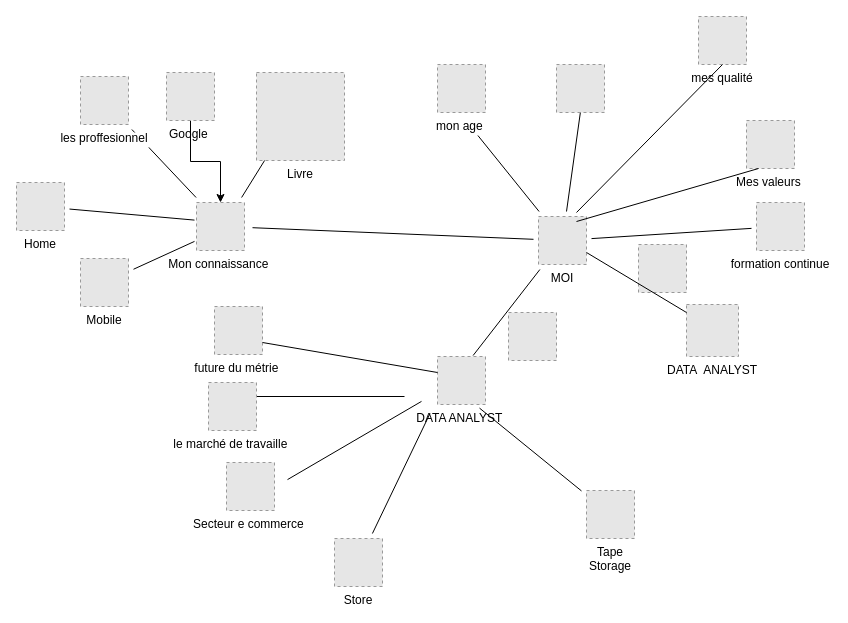
This is .github/ISSUE_TEMPLATE/Untitled Diagram.drawio from louzhixin/bootstrap, a draw.io file, before an edit. Source tidied: cells renumbered, new cells numbered last; positions are measured from the earlier drawing's top-left corner, leaving out a move shared by most shapes. Both pictures are drawn from the tidied source at 100%, with x=0, y=0 at pixel (16, 16). Pictures stored in the file or linked from it are replaced by grey dashed boxes.
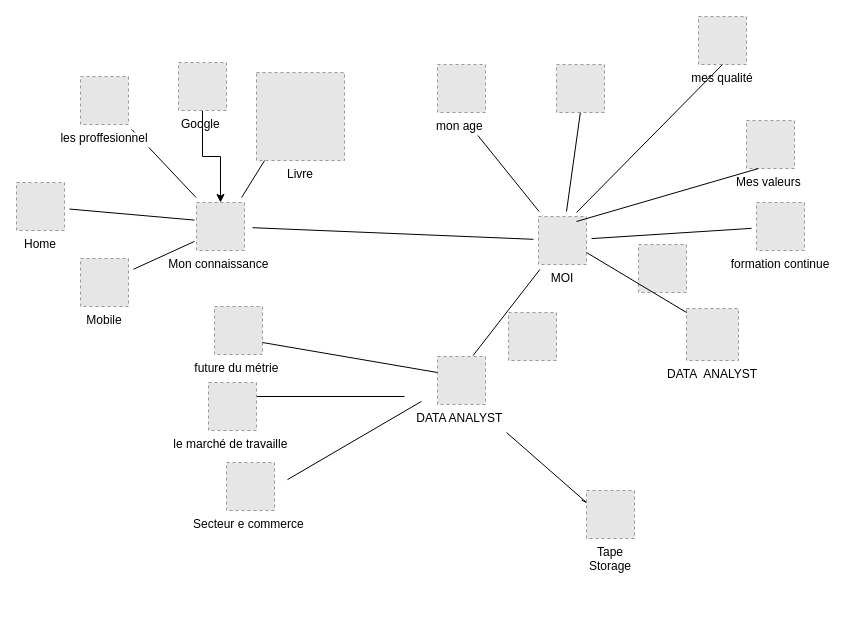
The same page after the edit.

The change refers to these unchanged cells:
```xml
<mxCell id="16" value="Tape&#10;Storage" style="fillColor=#E6E6E6;strokeColor=#999999;dashed=1;verticalLabelPosition=bottom;verticalAlign=top;labelBackgroundColor=#ffffff;" parent="1" vertex="1">
  <mxGeometry x="570" y="474" width="48" height="48" as="geometry" />
</mxCell>
```

What changed in the source:
```diff
@@
-    <mxCell id="14" style="edgeStyle=none;rounded=0;jettySize=auto;html=1;sourcePerimeterSpacing=5;endArrow=none;endFill=0;targetPerimeterSpacing=5;" parent="1" edge="1" target="21">
-      <mxGeometry relative="1" as="geometry">
-        <mxPoint x="413.5" y="397" as="sourcePoint" />
-      </mxGeometry>
-    </mxCell>
     <mxCell id="15" style="edgeStyle=none;rounded=0;jettySize=auto;html=1;sourcePerimeterSpacing=5;endArrow=none;endFill=0;targetPerimeterSpacing=5;" parent="1" edge="1" target="16">
       <mxGeometry relative="1" as="geometry">
-        <mxPoint x="463" y="391.6" as="sourcePoint" />
+        <mxPoint x="490" y="416" as="sourcePoint" />
+        <Array as="points">
+          <mxPoint x="570" y="486" />
+        </Array>
       </mxGeometry>
     </mxCell>
@@
-    <mxCell id="21" value="Store" style="fillColor=#E6E6E6;strokeColor=#999999;dashed=1;verticalLabelPosition=bottom;verticalAlign=top;fontFamily=Helvetica;fontSize=12;fontColor=default;align=center;" parent="1" vertex="1">
-      <mxGeometry x="318" y="522" width="48" height="48" as="geometry" />
-    </mxCell>
@@
     <mxCell id="23" value="DATA  ANALYST" style="fillColor=#E6E6E6;strokeColor=#999999;dashed=1;verticalLabelPosition=bottom;verticalAlign=top;" parent="1" vertex="1">
-      <mxGeometry x="670" y="288" width="52" height="52" as="geometry" />
+      <mxGeometry x="670" y="292" width="52" height="52" as="geometry" />
     </mxCell>
@@
     <mxCell id="29" value="Google " style="fillColor=#E6E6E6;strokeColor=#999999;dashed=1;verticalLabelPosition=bottom;verticalAlign=top;" parent="1" vertex="1">
-      <mxGeometry x="150" y="56" width="48" height="48" as="geometry" />
+      <mxGeometry x="162" y="46" width="48" height="48" as="geometry" />
     </mxCell>
```
